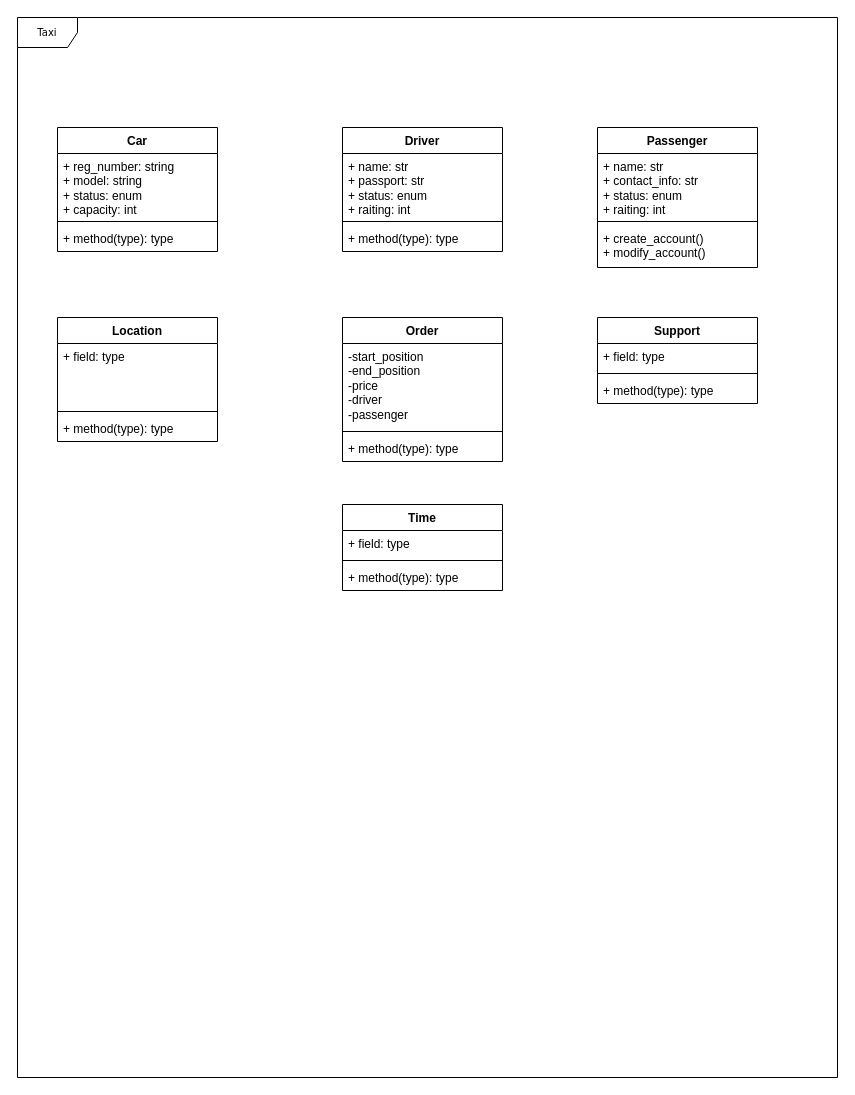
Earlier version of the draw.io diagram Диаграмма без названия.drawio (Mvsia/datalearn). Source tidied: cells renumbered, new cells numbered last; positions are measured from the earlier drawing's top-left corner, leaving out a move shared by most shapes. Both pictures are drawn from the tidied source at 100%, with x=0, y=0 at pixel (17, 17).
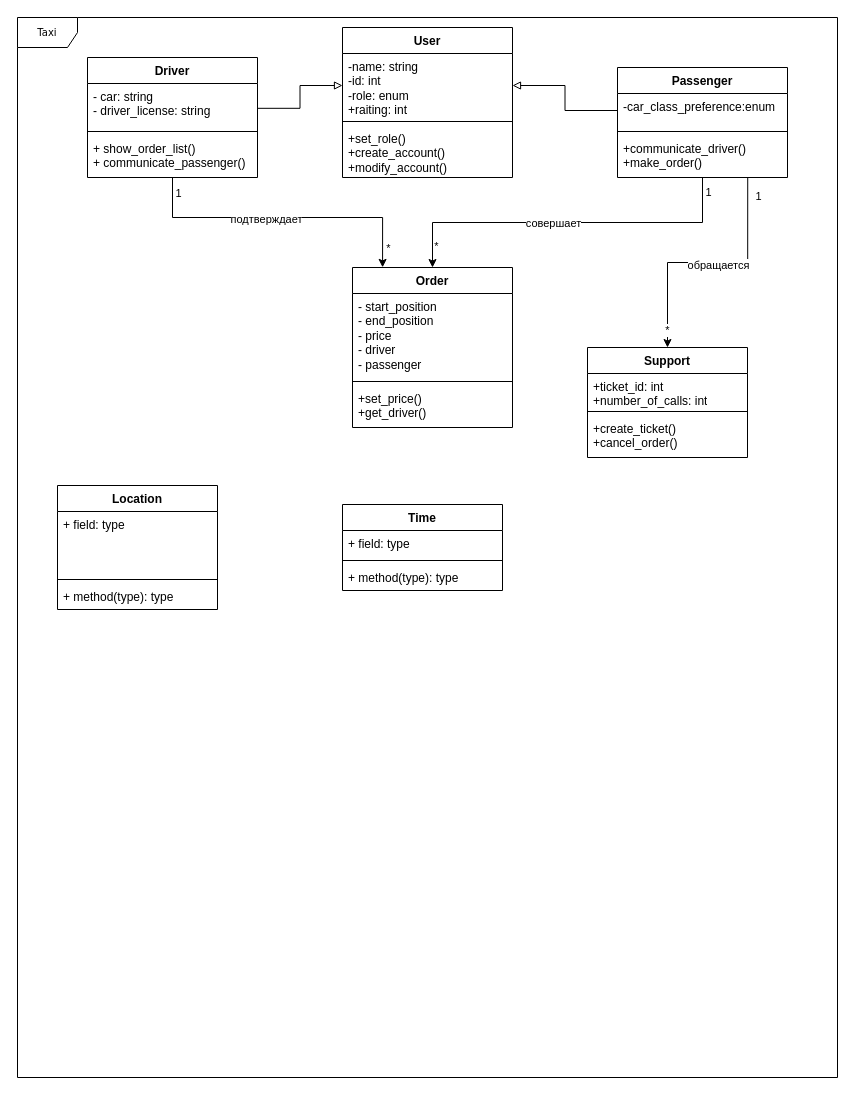
Above is the later version.

Diff of the diagram source:
```diff
@@
-    <mxCell id="2" value="Taxi" style="shape=umlFrame;whiteSpace=wrap;html=1;rounded=0;shadow=0;comic=0;labelBackgroundColor=none;strokeWidth=1;fontFamily=Verdana;fontSize=10;align=center;" parent="1" vertex="1">
+    <mxCell id="2" value="Taxi" style="shape=umlFrame;whiteSpace=wrap;html=1;rounded=0;shadow=0;comic=0;labelBackgroundColor=none;strokeWidth=1;fontFamily=Verdana;fontSize=10;align=center;width=60;height=30;" parent="1" vertex="1">
       <mxGeometry width="820" height="1060" as="geometry" />
     </mxCell>
     <mxCell id="3" value="Driver" style="swimlane;fontStyle=1;align=center;verticalAlign=top;horizontal=1;startSize=26;whiteSpace=wrap;html=1;" parent="1" vertex="1">
-      <mxGeometry x="325" y="110" width="160" height="124" as="geometry" />
+      <mxGeometry x="70" y="40" width="170" height="120" as="geometry" />
     </mxCell>
-    <mxCell id="4" value="+ name: str&lt;div&gt;+ passport: str&lt;/div&gt;&lt;div&gt;+ status: enum&lt;/div&gt;&lt;div&gt;+ raiting: int&lt;/div&gt;" style="text;strokeColor=none;fillColor=none;align=left;verticalAlign=top;spacingLeft=4;spacingRight=4;overflow=hidden;points=[[0,0.5],[1,0.5]];portConstraint=eastwest;whiteSpace=wrap;html=1;" parent="3" vertex="1">
-      <mxGeometry y="26" width="160" height="64" as="geometry" />
+    <mxCell id="4" value="- car: string&lt;div&gt;- driver_license: string&lt;/div&gt;" style="text;strokeColor=none;fillColor=none;align=left;verticalAlign=top;spacingLeft=4;spacingRight=4;overflow=hidden;points=[[0,0.5],[1,0.5]];portConstraint=eastwest;whiteSpace=wrap;html=1;" parent="3" vertex="1">
+      <mxGeometry y="26" width="170" height="44" as="geometry" />
     </mxCell>
     <mxCell id="5" style="line;strokeWidth=1;fillColor=none;align=left;verticalAlign=middle;spacingTop=-1;spacingLeft=3;spacingRight=3;labelPosition=right;strokeColor=inherit;" parent="3" vertex="1">
-      <mxGeometry y="90" width="160" height="8" as="geometry" />
+      <mxGeometry y="70" width="170" height="8" as="geometry" />
     </mxCell>
-    <mxCell id="6" value="+ method(type): type" style="text;strokeColor=none;fillColor=none;align=left;verticalAlign=top;spacingLeft=4;spacingRight=4;overflow=hidden;points=[[0,0.5],[1,0.5]];portConstraint=eastwest;whiteSpace=wrap;html=1;" parent="3" vertex="1">
-      <mxGeometry y="98" width="160" height="26" as="geometry" />
+    <mxCell id="6" value="+ show_order_list()&lt;div&gt;+ communicate_passenger()&lt;/div&gt;" style="text;strokeColor=none;fillColor=none;align=left;verticalAlign=top;spacingLeft=4;spacingRight=4;overflow=hidden;points=[[0,0.5],[1,0.5]];portConstraint=eastwest;whiteSpace=wrap;html=1;" parent="3" vertex="1">
+      <mxGeometry y="78" width="170" height="42" as="geometry" />
     </mxCell>
     <mxCell id="7" value="Passenger" style="swimlane;fontStyle=1;align=center;verticalAlign=top;horizontal=1;startSize=26;whiteSpace=wrap;html=1;" parent="1" vertex="1">
-      <mxGeometry x="580" y="110" width="160" height="140" as="geometry" />
+      <mxGeometry x="600" y="50" width="170" height="110" as="geometry" />
     </mxCell>
-    <mxCell id="8" value="+ name: str&lt;div&gt;+ contact_info: str&lt;/div&gt;&lt;div&gt;+ status: enum&lt;/div&gt;&lt;div&gt;+ raiting: int&lt;/div&gt;" style="text;strokeColor=none;fillColor=none;align=left;verticalAlign=top;spacingLeft=4;spacingRight=4;overflow=hidden;points=[[0,0.5],[1,0.5]];portConstraint=eastwest;whiteSpace=wrap;html=1;" parent="7" vertex="1">
-      <mxGeometry y="26" width="160" height="64" as="geometry" />
+    <mxCell id="8" value="&lt;div&gt;-car_class_preference:enum&lt;/div&gt;" style="text;strokeColor=none;fillColor=none;align=left;verticalAlign=top;spacingLeft=4;spacingRight=4;overflow=hidden;points=[[0,0.5],[1,0.5]];portConstraint=eastwest;whiteSpace=wrap;html=1;" parent="7" vertex="1">
+      <mxGeometry y="26" width="170" height="34" as="geometry" />
     </mxCell>
     <mxCell id="9" style="line;strokeWidth=1;fillColor=none;align=left;verticalAlign=middle;spacingTop=-1;spacingLeft=3;spacingRight=3;labelPosition=right;strokeColor=inherit;" parent="7" vertex="1">
-      <mxGeometry y="90" width="160" height="8" as="geometry" />
+      <mxGeometry y="60" width="170" height="8" as="geometry" />
     </mxCell>
-    <mxCell id="10" value="+ create_account()&lt;div&gt;+ modify_account()&lt;/div&gt;" style="text;strokeColor=none;fillColor=none;align=left;verticalAlign=top;spacingLeft=4;spacingRight=4;overflow=hidden;points=[[0,0.5],[1,0.5]];portConstraint=eastwest;whiteSpace=wrap;html=1;" parent="7" vertex="1">
-      <mxGeometry y="98" width="160" height="42" as="geometry" />
+    <mxCell id="10" value="&lt;div&gt;+communicate_driver()&lt;/div&gt;&lt;div&gt;+make_order()&lt;/div&gt;" style="text;strokeColor=none;fillColor=none;align=left;verticalAlign=top;spacingLeft=4;spacingRight=4;overflow=hidden;points=[[0,0.5],[1,0.5]];portConstraint=eastwest;whiteSpace=wrap;html=1;" parent="7" vertex="1">
+      <mxGeometry y="68" width="170" height="42" as="geometry" />
     </mxCell>
     <mxCell id="11" value="Order" style="swimlane;fontStyle=1;align=center;verticalAlign=top;horizontal=1;startSize=26;whiteSpace=wrap;html=1;" parent="1" vertex="1">
-      <mxGeometry x="325" y="300" width="160" height="144" as="geometry" />
+      <mxGeometry x="335" y="250" width="160" height="160" as="geometry" />
     </mxCell>
-    <mxCell id="12" value="-start_position&lt;div&gt;-end_position&lt;/div&gt;&lt;div&gt;-price&lt;/div&gt;&lt;div&gt;-driver&lt;/div&gt;&lt;div&gt;-passenger&lt;/div&gt;" style="text;strokeColor=none;fillColor=none;align=left;verticalAlign=top;spacingLeft=4;spacingRight=4;overflow=hidden;whiteSpace=wrap;html=1;" parent="11" vertex="1">
+    <mxCell id="12" value="- start_position&lt;div&gt;- end_position&lt;/div&gt;&lt;div&gt;- price&lt;/div&gt;&lt;div&gt;- driver&lt;/div&gt;&lt;div&gt;- passenger&lt;/div&gt;" style="text;strokeColor=none;fillColor=none;align=left;verticalAlign=top;spacingLeft=4;spacingRight=4;overflow=hidden;whiteSpace=wrap;html=1;" parent="11" vertex="1">
       <mxGeometry y="26" width="160" height="84" as="geometry" />
     </mxCell>
@@
-    <mxCell id="14" value="+ method(type): type" style="text;strokeColor=none;fillColor=none;align=left;verticalAlign=top;spacingLeft=4;spacingRight=4;overflow=hidden;whiteSpace=wrap;html=1;" parent="11" vertex="1">
-      <mxGeometry y="118" width="160" height="26" as="geometry" />
+    <mxCell id="14" value="+set_price()&lt;div&gt;+get_driver()&lt;/div&gt;" style="text;strokeColor=none;fillColor=none;align=left;verticalAlign=top;spacingLeft=4;spacingRight=4;overflow=hidden;whiteSpace=wrap;html=1;" parent="11" vertex="1">
+      <mxGeometry y="118" width="160" height="42" as="geometry" />
     </mxCell>
-    <mxCell id="15" value="Car" style="swimlane;fontStyle=1;align=center;verticalAlign=top;horizontal=1;startSize=26;whiteSpace=wrap;html=1;" parent="1" vertex="1">
-      <mxGeometry x="40" y="110" width="160" height="124" as="geometry" />
-    </mxCell>
-    <mxCell id="16" value="+ reg_number: string&lt;div&gt;+ model: string&lt;/div&gt;&lt;div&gt;+ status: enum&lt;/div&gt;&lt;div&gt;+ capacity: int&lt;/div&gt;" style="text;strokeColor=none;fillColor=none;align=left;verticalAlign=top;spacingLeft=4;spacingRight=4;overflow=hidden;whiteSpace=wrap;html=1;" parent="15" vertex="1">
-      <mxGeometry y="26" width="160" height="64" as="geometry" />
-    </mxCell>
-    <mxCell id="17" style="line;strokeWidth=1;fillColor=none;align=left;verticalAlign=middle;spacingTop=-1;spacingLeft=3;spacingRight=3;labelPosition=right;strokeColor=inherit;" parent="15" vertex="1">
-      <mxGeometry y="90" width="160" height="8" as="geometry" />
-    </mxCell>
-    <mxCell id="18" value="+ method(type): type" style="text;strokeColor=none;fillColor=none;align=left;verticalAlign=top;spacingLeft=4;spacingRight=4;overflow=hidden;whiteSpace=wrap;html=1;" parent="15" vertex="1">
-      <mxGeometry y="98" width="160" height="26" as="geometry" />
-    </mxCell>
     <mxCell id="19" value="Support" style="swimlane;fontStyle=1;align=center;verticalAlign=top;horizontal=1;startSize=26;whiteSpace=wrap;html=1;" parent="1" vertex="1">
-      <mxGeometry x="580" y="300" width="160" height="86" as="geometry" />
+      <mxGeometry x="570" y="330" width="160" height="110" as="geometry" />
     </mxCell>
-    <mxCell id="20" value="+ field: type" style="text;strokeColor=none;fillColor=none;align=left;verticalAlign=top;spacingLeft=4;spacingRight=4;overflow=hidden;whiteSpace=wrap;html=1;" parent="19" vertex="1">
-      <mxGeometry y="26" width="160" height="26" as="geometry" />
+    <mxCell id="20" value="+ticket_id: int&lt;div&gt;+number_of_calls: int&lt;/div&gt;" style="text;strokeColor=none;fillColor=none;align=left;verticalAlign=top;spacingLeft=4;spacingRight=4;overflow=hidden;whiteSpace=wrap;html=1;" parent="19" vertex="1">
+      <mxGeometry y="26" width="160" height="34" as="geometry" />
     </mxCell>
     <mxCell id="21" style="line;strokeWidth=1;fillColor=none;align=left;verticalAlign=middle;spacingTop=-1;spacingLeft=3;spacingRight=3;labelPosition=right;strokeColor=inherit;" parent="19" vertex="1">
-      <mxGeometry y="52" width="160" height="8" as="geometry" />
+      <mxGeometry y="60" width="160" height="8" as="geometry" />
     </mxCell>
-    <mxCell id="22" value="+ method(type): type" style="text;strokeColor=none;fillColor=none;align=left;verticalAlign=top;spacingLeft=4;spacingRight=4;overflow=hidden;whiteSpace=wrap;html=1;" parent="19" vertex="1">
-      <mxGeometry y="60" width="160" height="26" as="geometry" />
+    <mxCell id="22" value="+create_ticket()&lt;div&gt;+cancel_order()&lt;/div&gt;" style="text;strokeColor=none;fillColor=none;align=left;verticalAlign=top;spacingLeft=4;spacingRight=4;overflow=hidden;whiteSpace=wrap;html=1;" parent="19" vertex="1">
+      <mxGeometry y="68" width="160" height="42" as="geometry" />
     </mxCell>
     <mxCell id="23" value="Location" style="swimlane;fontStyle=1;align=center;verticalAlign=top;horizontal=1;startSize=26;whiteSpace=wrap;html=1;" parent="1" vertex="1">
-      <mxGeometry x="40" y="300" width="160" height="124" as="geometry" />
+      <mxGeometry x="40" y="468" width="160" height="124" as="geometry" />
     </mxCell>
@@
+    <mxCell id="31" value="User" style="swimlane;fontStyle=1;align=center;verticalAlign=top;horizontal=1;startSize=26;whiteSpace=wrap;html=1;" parent="1" vertex="1">
+      <mxGeometry x="325" y="10" width="170" height="150" as="geometry" />
+    </mxCell>
+    <mxCell id="32" value="-name: string&lt;div&gt;-id: int&lt;/div&gt;&lt;div&gt;-role: enum&lt;/div&gt;&lt;div&gt;+raiting: int&lt;/div&gt;" style="text;strokeColor=none;fillColor=none;align=left;verticalAlign=top;spacingLeft=4;spacingRight=4;overflow=hidden;points=[[0,0.5],[1,0.5]];portConstraint=eastwest;whiteSpace=wrap;html=1;" parent="31" vertex="1">
+      <mxGeometry y="26" width="170" height="64" as="geometry" />
+    </mxCell>
+    <mxCell id="33" style="line;strokeWidth=1;fillColor=none;align=left;verticalAlign=middle;spacingTop=-1;spacingLeft=3;spacingRight=3;labelPosition=right;strokeColor=inherit;" parent="31" vertex="1">
+      <mxGeometry y="90" width="170" height="8" as="geometry" />
+    </mxCell>
+    <mxCell id="34" value="+set_role()&lt;div&gt;+&lt;span style=&quot;background-color: initial;&quot;&gt;create_account()&lt;/span&gt;&lt;/div&gt;&lt;div&gt;+modify_account()&lt;/div&gt;&lt;div&gt;&lt;br&gt;&lt;/div&gt;" style="text;strokeColor=none;fillColor=none;align=left;verticalAlign=top;spacingLeft=4;spacingRight=4;overflow=hidden;whiteSpace=wrap;html=1;" parent="31" vertex="1">
+      <mxGeometry y="98" width="170" height="52" as="geometry" />
+    </mxCell>
+    <mxCell id="35" style="edgeStyle=orthogonalEdgeStyle;rounded=0;jettySize=auto;html=1;endArrow=none;endFill=0;entryX=0;entryY=0.5;entryDx=0;entryDy=0;startArrow=block;startFill=0;" parent="1" edge="1" source="32" target="8">
+      <mxGeometry relative="1" as="geometry" />
+    </mxCell>
+    <mxCell id="36" style="edgeStyle=orthogonalEdgeStyle;rounded=0;jettySize=auto;html=1;endArrow=none;endFill=0;entryX=1.002;entryY=0.564;entryDx=0;entryDy=0;entryPerimeter=0;startArrow=block;startFill=0;" parent="1" edge="1" source="32" target="4">
+      <mxGeometry relative="1" as="geometry" />
+    </mxCell>
+    <mxCell id="37" style="edgeStyle=orthogonalEdgeStyle;rounded=0;jettySize=auto;html=1;exitX=0.5;exitY=1.003;exitDx=0;exitDy=0;exitPerimeter=0;entryX=0.5;entryY=0;entryDx=0;entryDy=0;" parent="1" edge="1" source="10" target="11">
+      <mxGeometry relative="1" as="geometry" />
+    </mxCell>
+    <mxCell id="38" value="совершает" style="edgeLabel;html=1;align=center;verticalAlign=middle;" parent="37" vertex="1">
+      <mxGeometry x="0.08" relative="1" as="geometry" />
+    </mxCell>
+    <mxCell id="39" value="1" style="edgeLabel;html=1;align=center;verticalAlign=middle;" parent="37" vertex="1">
+      <mxGeometry x="-0.92" y="-1" relative="1" as="geometry">
+        <mxPoint x="6" as="offset" />
+      </mxGeometry>
+    </mxCell>
+    <mxCell id="40" value="*" style="edgeLabel;html=1;align=center;verticalAlign=middle;" parent="37" vertex="1">
+      <mxGeometry x="0.88" y="3" relative="1" as="geometry" />
+    </mxCell>
+    <mxCell id="41" style="edgeStyle=orthogonalEdgeStyle;rounded=0;jettySize=auto;html=1;entryX=0.188;entryY=-0.001;entryDx=0;entryDy=0;entryPerimeter=0;" parent="1" edge="1" source="6" target="11">
+      <mxGeometry relative="1" as="geometry">
+        <Array as="points">
+          <mxPoint x="155" y="200" />
+          <mxPoint x="365" y="200" />
+        </Array>
+      </mxGeometry>
+    </mxCell>
+    <mxCell id="42" value="подтверждает" style="edgeLabel;html=1;align=center;verticalAlign=middle;" parent="41" vertex="1">
+      <mxGeometry x="-0.11" y="-1" relative="1" as="geometry" />
+    </mxCell>
+    <mxCell id="43" value="1" style="edgeLabel;html=1;align=center;verticalAlign=middle;" parent="41" vertex="1">
+      <mxGeometry x="-0.9" y="1" relative="1" as="geometry">
+        <mxPoint x="4" as="offset" />
+      </mxGeometry>
+    </mxCell>
+    <mxCell id="44" value="*" style="edgeLabel;html=1;align=center;verticalAlign=middle;" parent="41" vertex="1">
+      <mxGeometry x="0.92" y="-1" relative="1" as="geometry">
+        <mxPoint x="6" y="-7" as="offset" />
+      </mxGeometry>
+    </mxCell>
+    <mxCell id="45" style="edgeStyle=orthogonalEdgeStyle;rounded=0;jettySize=auto;html=1;entryX=0.766;entryY=0.99;entryDx=0;entryDy=0;entryPerimeter=0;startArrow=classic;startFill=1;endArrow=none;endFill=0;" parent="1" edge="1" source="19" target="10">
+      <mxGeometry relative="1" as="geometry" />
+    </mxCell>
+    <mxCell id="46" value="обращается" style="edgeLabel;html=1;align=center;verticalAlign=middle;" parent="45" vertex="1">
+      <mxGeometry x="0.08" y="-2" relative="1" as="geometry" />
+    </mxCell>
+    <mxCell id="47" value="1" style="edgeLabel;html=1;align=center;verticalAlign=middle;" parent="45" vertex="1">
+      <mxGeometry x="0.85" y="-3" relative="1" as="geometry">
+        <mxPoint x="7" as="offset" />
+      </mxGeometry>
+    </mxCell>
+    <mxCell id="48" value="*" style="edgeLabel;html=1;align=center;verticalAlign=middle;" parent="45" vertex="1">
+      <mxGeometry x="-0.86" y="1" relative="1" as="geometry" />
+    </mxCell>
```
